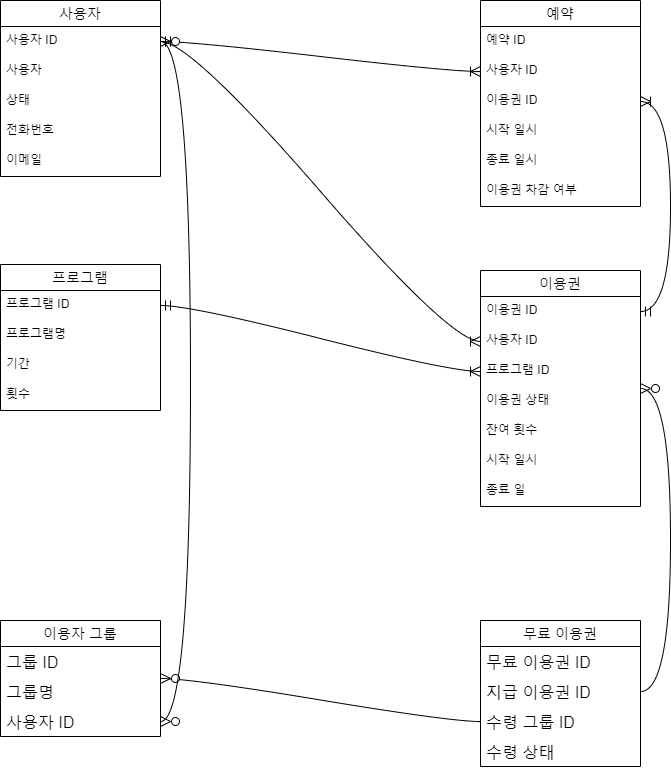
The draw.io diagram docs/ticket-manager-erd.png in GuardJo/ticket-manager, before a commit. Source tidied: cells renumbered, new cells last; positions are measured from the earlier drawing's top-left corner, leaving out a move shared by most shapes.
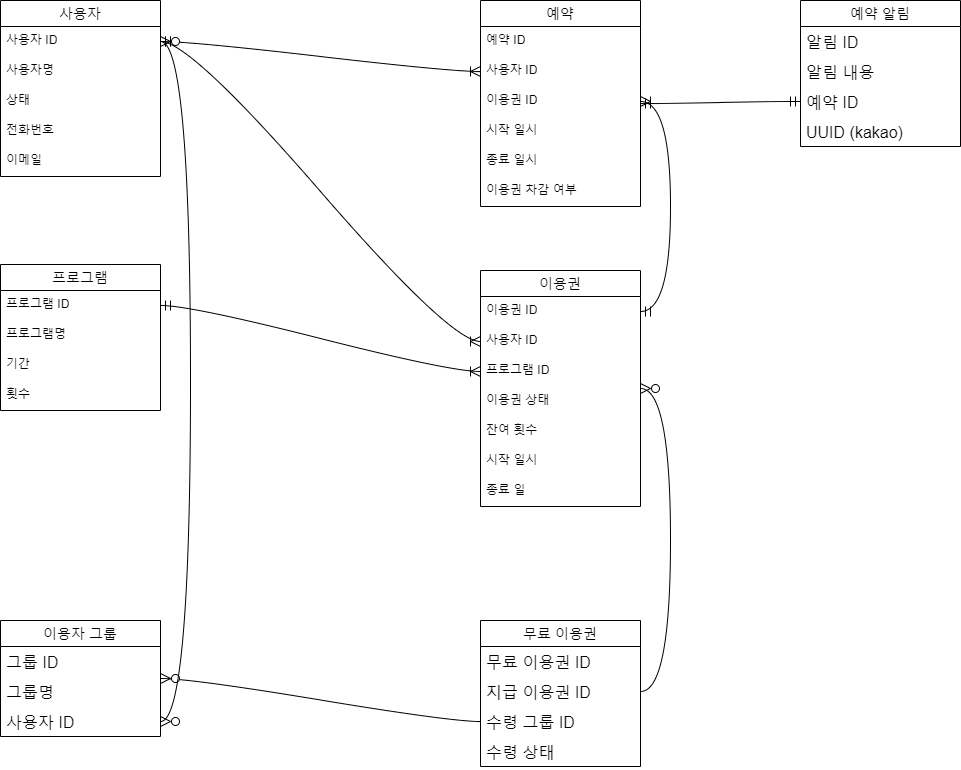
Above is the later version.

What changed in the source:
```diff
@@ -23,7 +23,7 @@
     <mxCell id="8" value="사용자 ID" style="text;strokeColor=none;fillColor=none;spacingLeft=4;spacingRight=4;overflow=hidden;points=[[0,0.5],[1,0.5]];portConstraint=eastwest;fontSize=12;whiteSpace=wrap;html=1;" parent="7" vertex="1">
       <mxGeometry y="26" width="160" height="30" as="geometry" />
     </mxCell>
-    <mxCell id="9" value="사용자" style="text;strokeColor=none;fillColor=none;spacingLeft=4;spacingRight=4;overflow=hidden;fontSize=12;whiteSpace=wrap;html=1;" parent="7" vertex="1">
+    <mxCell id="9" value="사용자명" style="text;strokeColor=none;fillColor=none;spacingLeft=4;spacingRight=4;overflow=hidden;fontSize=12;whiteSpace=wrap;html=1;" parent="7" vertex="1">
       <mxGeometry y="56" width="160" height="30" as="geometry" />
     </mxCell>
     <mxCell id="10" value="상태" style="text;strokeColor=none;fillColor=none;spacingLeft=4;spacingRight=4;overflow=hidden;fontSize=12;whiteSpace=wrap;html=1;" parent="7" vertex="1">
@@ -128,5 +128,23 @@
     <mxCell id="43" style="edgeStyle=entityRelationEdgeStyle;fontSize=12;html=1;endArrow=ERzeroToMany;endFill=1;startArrow=ERzeroToMany;rounded=0;startSize=8;endSize=8;curved=1;" parent="1" edge="1" source="35" target="8">
       <mxGeometry relative="1" as="geometry" />
     </mxCell>
+    <mxCell id="44" value="예약 알림" style="swimlane;fontStyle=0;horizontal=1;startSize=26;align=center;fontSize=14;" parent="1" vertex="1">
+      <mxGeometry x="800" width="160" height="146" as="geometry" />
+    </mxCell>
+    <mxCell id="45" value="알림 ID" style="text;strokeColor=none;fillColor=none;spacingLeft=4;spacingRight=4;overflow=hidden;fontSize=16;whiteSpace=wrap;html=1;" parent="44" vertex="1">
+      <mxGeometry y="26" width="160" height="30" as="geometry" />
+    </mxCell>
+    <mxCell id="46" value="알림 내용" style="text;strokeColor=none;fillColor=none;spacingLeft=4;spacingRight=4;overflow=hidden;fontSize=16;whiteSpace=wrap;html=1;" parent="44" vertex="1">
+      <mxGeometry y="56" width="160" height="30" as="geometry" />
+    </mxCell>
+    <mxCell id="47" value="예약 ID" style="text;strokeColor=none;fillColor=none;spacingLeft=4;spacingRight=4;overflow=hidden;points=[[0,0.5],[1,0.5]];portConstraint=eastwest;fontSize=16;whiteSpace=wrap;html=1;" parent="44" vertex="1">
+      <mxGeometry y="86" width="160" height="30" as="geometry" />
+    </mxCell>
+    <mxCell id="48" value="UUID (kakao)" style="text;strokeColor=none;fillColor=none;spacingLeft=4;spacingRight=4;overflow=hidden;fontSize=16;whiteSpace=wrap;html=1;" parent="44" vertex="1">
+      <mxGeometry y="116" width="160" height="30" as="geometry" />
+    </mxCell>
+    <mxCell id="49" style="edgeStyle=entityRelationEdgeStyle;fontSize=12;html=1;endArrow=ERmandOne;startArrow=ERmandOne;rounded=0;startSize=8;endSize=8;curved=1;" parent="1" edge="1" source="21" target="47">
+      <mxGeometry relative="1" as="geometry" />
+    </mxCell>
   </root>
 </mxGraphModel>
```
